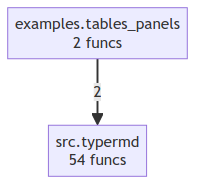
Earlier version of the Mermaid export project/compact_flow.png (pyfunc/typermd). Its source is kept beside it as project/compact_flow.mmd.
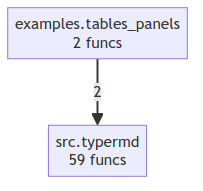
After the change.

The edit, as a diff of the source:
```diff
@@ -1,4 +1,4 @@
 flowchart TD
     examples__tables_panels["examples.tables_panels<br/>2 funcs"]
-    src__typermd["src.typermd<br/>54 funcs"]
+    src__typermd["src.typermd<br/>59 funcs"]
     examples__tables_panels -->|2| src__typermd
```
